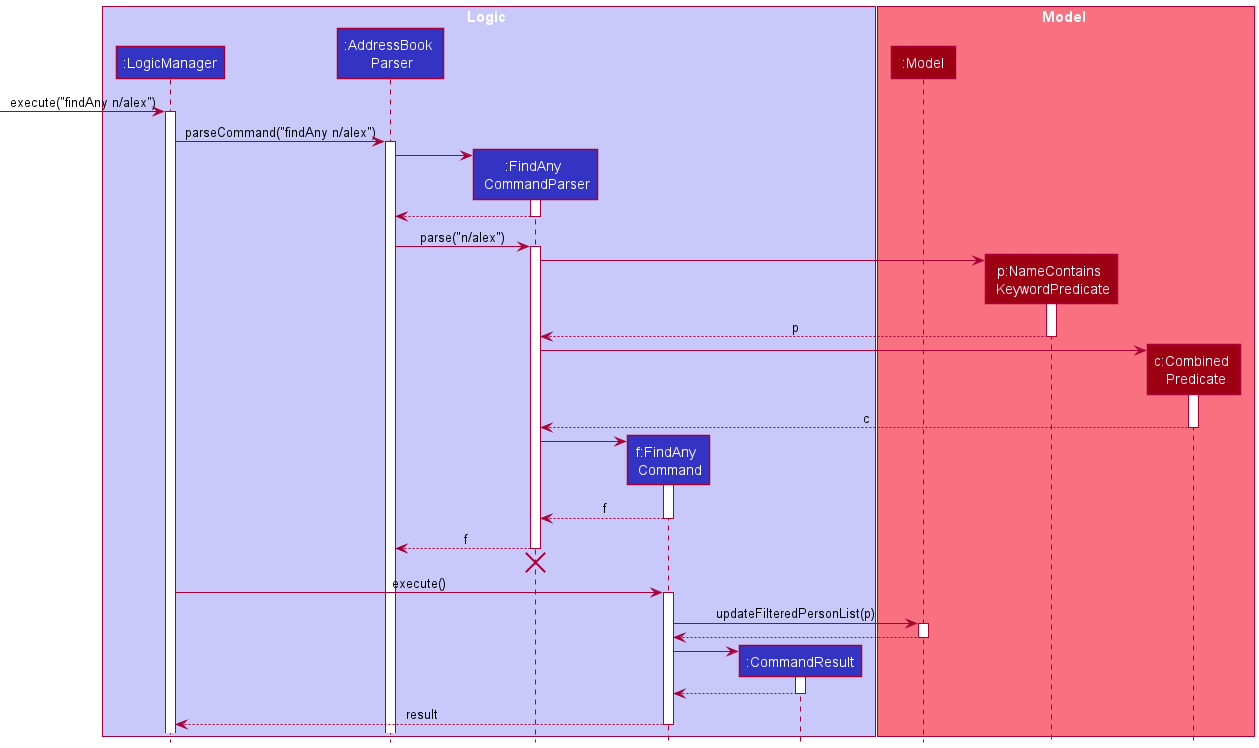
Above: docs/images/FindSequenceDiagram.png in pranav-ganesh/tp (PlantUML), before the change. Its diagram source:
```plantuml
@startuml
!include style.puml

box Logic LOGIC_COLOR_T1
participant ":LogicManager" as LogicManager LOGIC_COLOR
participant ":AddressBook \n Parser" as AddressBookParser LOGIC_COLOR
participant ":FindAny \n CommandParser" as FindAnyCommandParser LOGIC_COLOR
participant "f:FindAny \n Command" as FindAnyCommand LOGIC_COLOR
participant ":CommandResult" as CommandResult LOGIC_COLOR
end box

box Model MODEL_COLOR_T1
participant ":Model" as Model MODEL_COLOR
participant "p:NameContains \n KeywordPredicate" as namePredicate MODEL_COLOR
participant "c:Combined \n Predicate" as combinedPredicate MODEL_COLOR
end box

-> LogicManager : execute("findAny n/alex")
activate LogicManager

LogicManager -> AddressBookParser : parseCommand("findAny n/alex")
activate AddressBookParser

create FindAnyCommandParser
AddressBookParser -> FindAnyCommandParser
activate FindAnyCommandParser
return

AddressBookParser -> FindAnyCommandParser : parse("n/alex")
activate FindAnyCommandParser

create namePredicate
FindAnyCommandParser -> namePredicate
activate namePredicate

return p

create combinedPredicate
FindAnyCommandParser -> combinedPredicate
activate combinedPredicate
return c

create FindAnyCommand
FindAnyCommandParser -> FindAnyCommand
activate FindAnyCommand

return f

FindAnyCommandParser --> AddressBookParser : f
deactivate FindAnyCommandParser
FindAnyCommandParser -[hidden]-> AddressBookParser
destroy FindAnyCommandParser



LogicManager -> FindAnyCommand : execute()
activate FindAnyCommand

FindAnyCommand -> Model : updateFilteredPersonList(p)
activate Model
return

create CommandResult
FindAnyCommand -> CommandResult
activate CommandResult
return

return result
@enduml
```
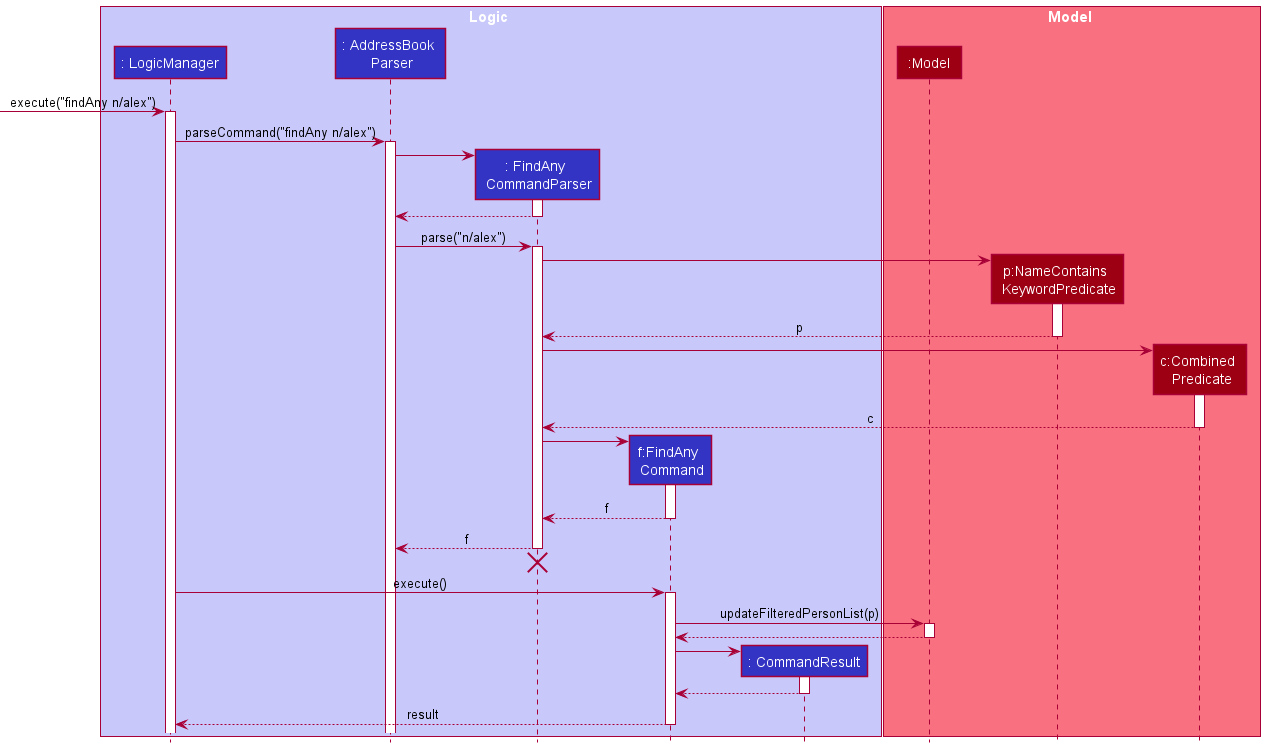
After the change.

Commit message:
Fix sequence diagrams for DG

The edit, as a diff of the source:
```diff
@@ -2,11 +2,11 @@
 !include style.puml
 
 box Logic LOGIC_COLOR_T1
-participant ":LogicManager" as LogicManager LOGIC_COLOR
-participant ":AddressBook \n Parser" as AddressBookParser LOGIC_COLOR
-participant ":FindAny \n CommandParser" as FindAnyCommandParser LOGIC_COLOR
+participant ": LogicManager" as LogicManager LOGIC_COLOR
+participant ": AddressBook \n Parser" as AddressBookParser LOGIC_COLOR
+participant ": FindAny \n CommandParser" as FindAnyCommandParser LOGIC_COLOR
 participant "f:FindAny \n Command" as FindAnyCommand LOGIC_COLOR
-participant ":CommandResult" as CommandResult LOGIC_COLOR
+participant ": CommandResult" as CommandResult LOGIC_COLOR
 end box
 
 box Model MODEL_COLOR_T1
```
